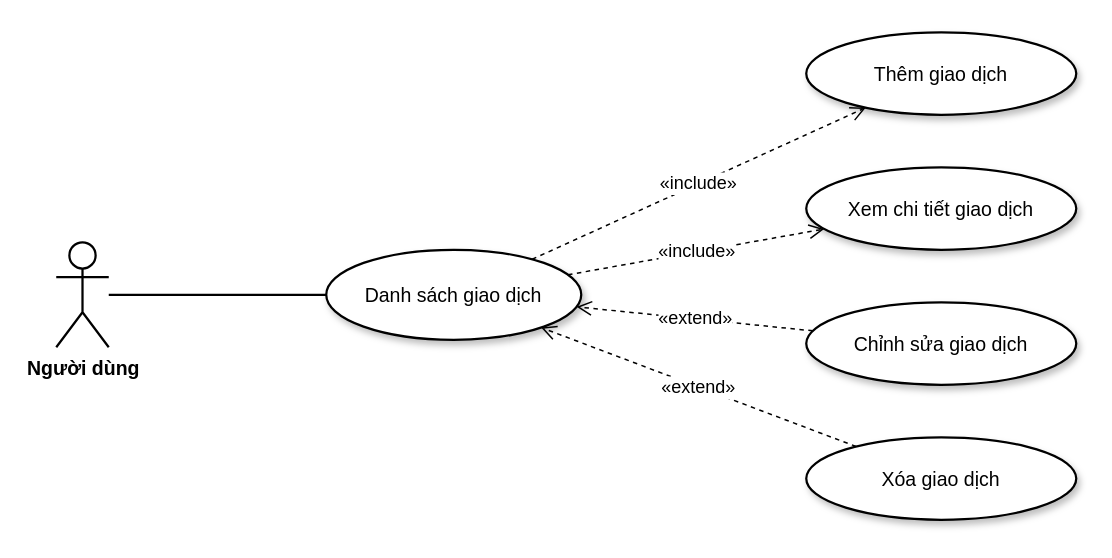
Before: page "1. Quản lý giao dịch" (2 of 9) of quanlichitieu-backend/docs/diagrams/So_Do_Usecase_Chuan_Mau.drawio in al1103/quanlichitieu-1, a draw.io diagram. Source tidied: cells renumbered, new cells numbered last; positions are measured from the earlier drawing's top-left corner, leaving out a move shared by most shapes. Both pictures are drawn from the tidied source at 150%, with x=0, y=0 at pixel (56, 32).
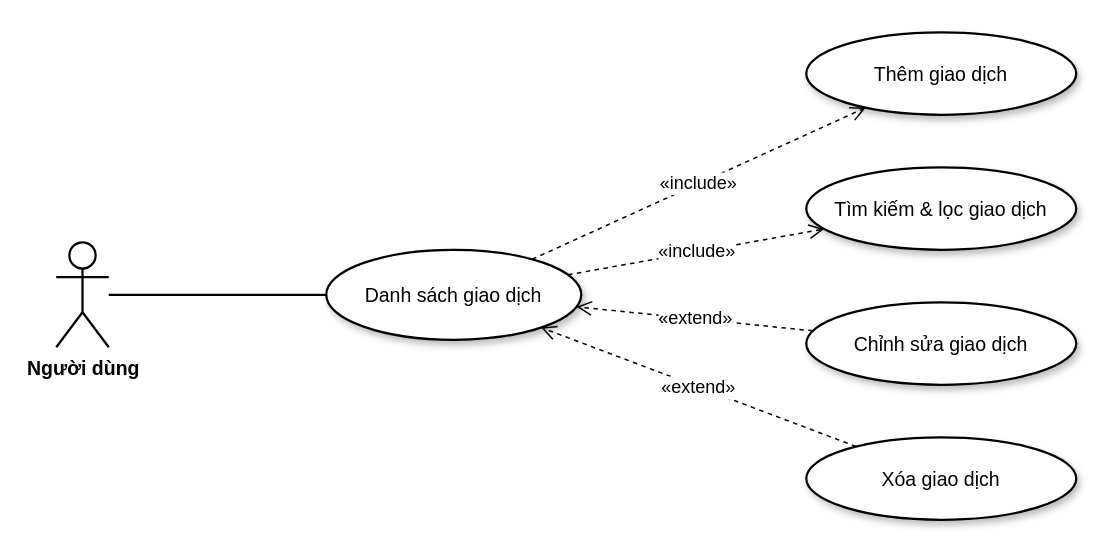
After the change.

Change to the diagram source:
```diff
@@
 <mxGraphModel>
   <root>
     <mxCell id="0" />
     <mxCell id="1" parent="0" />
     <mxCell id="2" value="Người dùng" style="shape=umlActor;verticalLabelPosition=bottom;verticalAlign=top;html=1;outlineConnect=0;fillColor=#ffffff;strokeColor=#000000;strokeWidth=1.5;fontSize=13;fontStyle=1;" parent="1" vertex="1">
       <mxGeometry y="140" width="35" height="70" as="geometry" />
     </mxCell>
     <mxCell id="3" value="Danh sách giao dịch" style="ellipse;whiteSpace=wrap;html=1;shadow=1;fillColor=#ffffff;strokeColor=#000000;strokeWidth=1.5;fontSize=13;fontStyle=0;" parent="1" vertex="1">
       <mxGeometry x="180" y="145" width="170" height="60" as="geometry" />
     </mxCell>
     <mxCell id="4" style="endArrow=none;html=1;strokeColor=#000000;strokeWidth=1.5;" parent="1" edge="1" source="2" target="3">
       <mxGeometry relative="1" as="geometry" />
     </mxCell>
     <mxCell id="5" value="Thêm giao dịch" style="ellipse;whiteSpace=wrap;html=1;shadow=1;fillColor=#ffffff;strokeColor=#000000;strokeWidth=1.5;fontSize=13;fontStyle=0;" parent="1" vertex="1">
       <mxGeometry x="500" width="180" height="55" as="geometry" />
     </mxCell>
     <mxCell id="6" value="«include»" style="endArrow=open;endSize=8;endFill=0;dashed=1;html=1;strokeColor=#000000;fontSize=12;labelBackgroundColor=#ffffff;" parent="1" edge="1" source="3" target="5">
       <mxGeometry relative="1" as="geometry" />
     </mxCell>
-    <mxCell id="7" value="Xem chi tiết giao dịch" style="ellipse;whiteSpace=wrap;html=1;shadow=1;fillColor=#ffffff;strokeColor=#000000;strokeWidth=1.5;fontSize=13;fontStyle=0;" parent="1" vertex="1">
+    <mxCell id="7" value="Tìm kiếm &amp; lọc giao dịch" style="ellipse;whiteSpace=wrap;html=1;shadow=1;fillColor=#ffffff;strokeColor=#000000;strokeWidth=1.5;fontSize=13;fontStyle=0;" parent="1" vertex="1">
       <mxGeometry x="500" y="90" width="180" height="55" as="geometry" />
     </mxCell>
     <mxCell id="8" value="«include»" style="endArrow=open;endSize=8;endFill=0;dashed=1;html=1;strokeColor=#000000;fontSize=12;labelBackgroundColor=#ffffff;" parent="1" edge="1" source="3" target="7">
       <mxGeometry relative="1" as="geometry" />
     </mxCell>
     <mxCell id="9" value="Chỉnh sửa giao dịch" style="ellipse;whiteSpace=wrap;html=1;shadow=1;fillColor=#ffffff;strokeColor=#000000;strokeWidth=1.5;fontSize=13;fontStyle=0;" parent="1" vertex="1">
       <mxGeometry x="500" y="180" width="180" height="55" as="geometry" />
     </mxCell>
     <mxCell id="10" value="«extend»" style="endArrow=open;endSize=8;endFill=0;dashed=1;html=1;strokeColor=#000000;fontSize=12;labelBackgroundColor=#ffffff;" parent="1" edge="1" source="9" target="3">
       <mxGeometry relative="1" as="geometry" />
     </mxCell>
     <mxCell id="11" value="Xóa giao dịch" style="ellipse;whiteSpace=wrap;html=1;shadow=1;fillColor=#ffffff;strokeColor=#000000;strokeWidth=1.5;fontSize=13;fontStyle=0;" parent="1" vertex="1">
       <mxGeometry x="500" y="270" width="180" height="55" as="geometry" />
     </mxCell>
     <mxCell id="12" value="«extend»" style="endArrow=open;endSize=8;endFill=0;dashed=1;html=1;strokeColor=#000000;fontSize=12;labelBackgroundColor=#ffffff;" parent="1" edge="1" source="11" target="3">
       <mxGeometry relative="1" as="geometry" />
     </mxCell>
   </root>
 </mxGraphModel>
```
